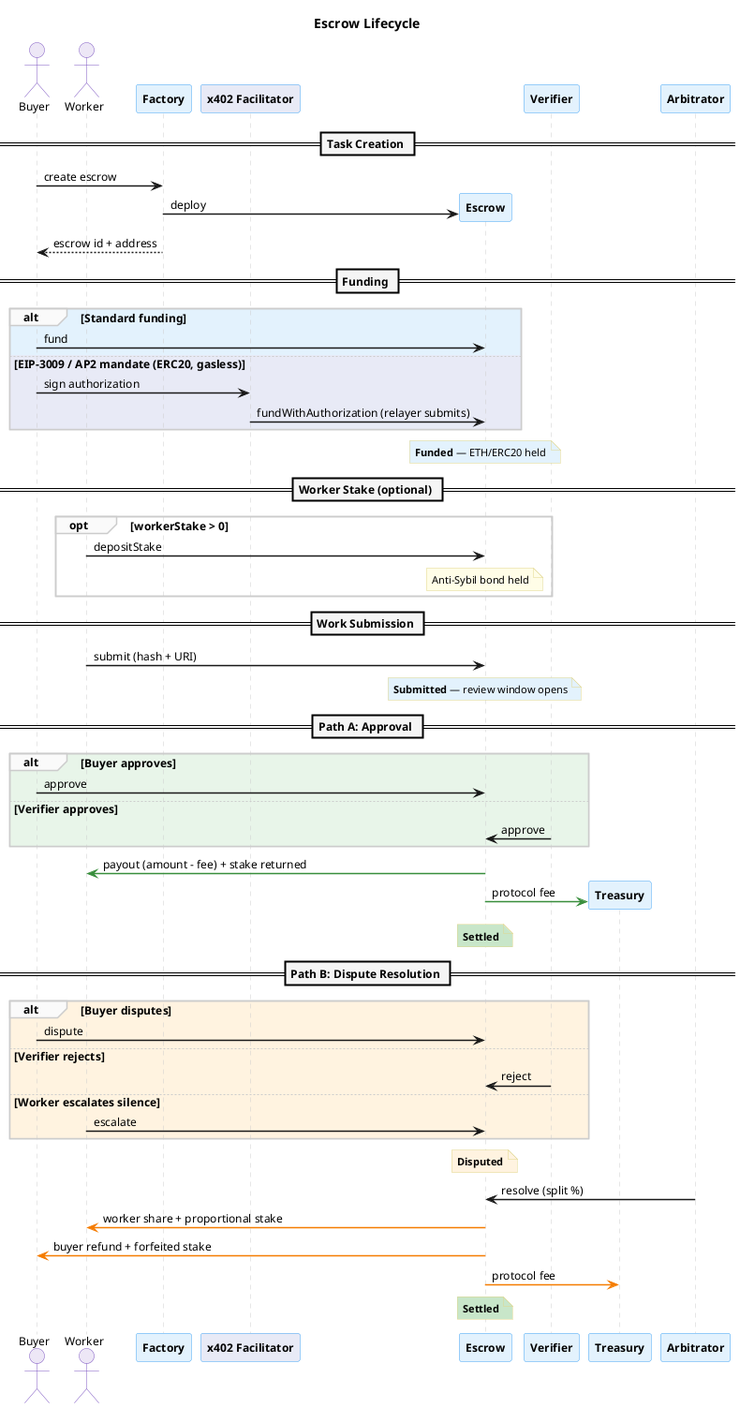
eddiefleurent/agent-escrow keeps this PlantUML diagram as docs/diagrams/lifecycle-sequence.png. Above is the earlier version.
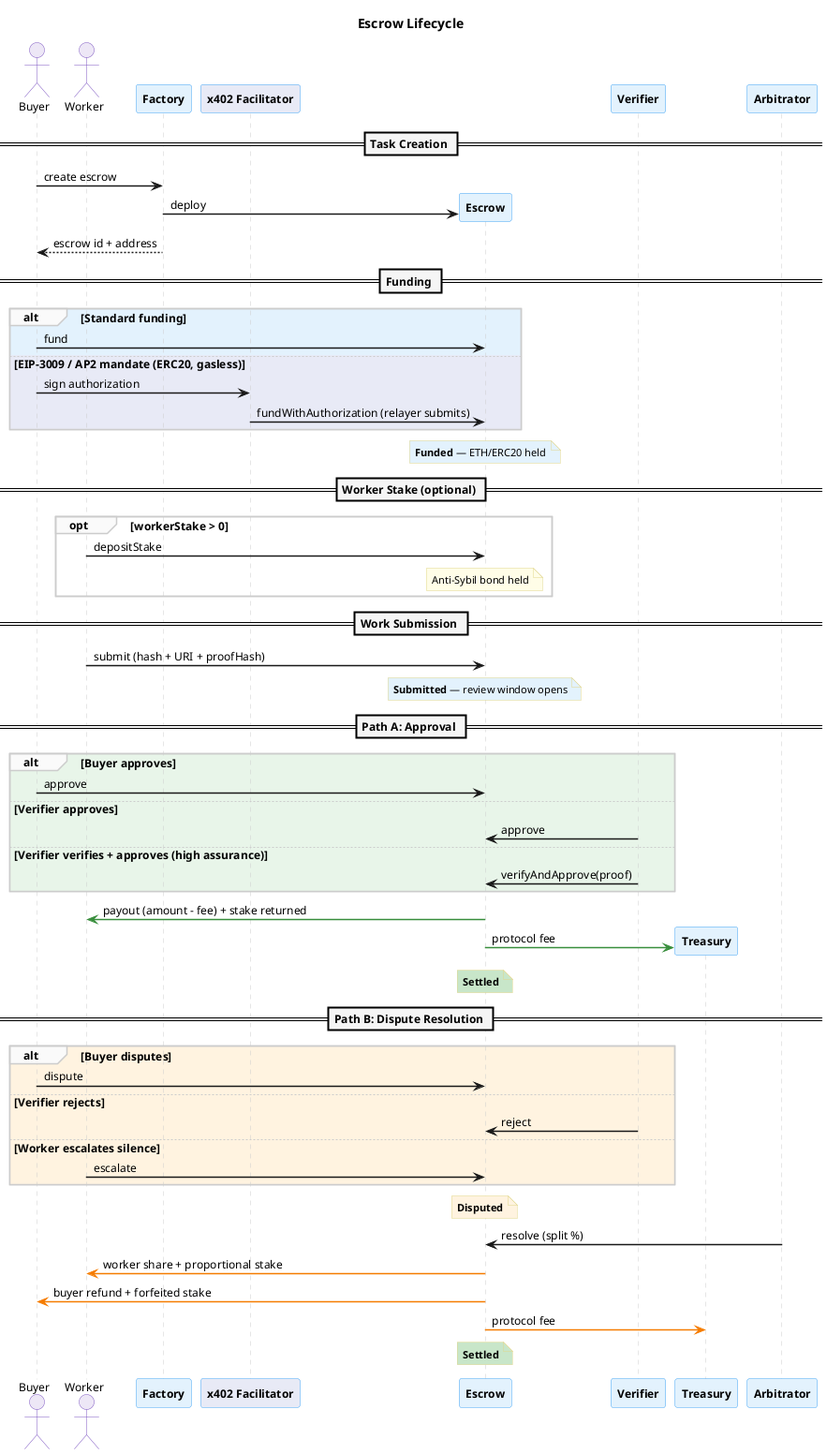
Above is the later version.

Diff of the diagram source:
```diff
@@ -59,7 +59,7 @@
 
 == Work Submission ==
 
-worker -> escrow : submit (hash + URI)
+worker -> escrow : submit (hash + URI + proofHash)
 note over escrow #E3F2FD : **Submitted** — review window opens
 
 == Path A: Approval ==
@@ -68,6 +68,8 @@
   buyer -> escrow : approve
 else #E8F5E9 Verifier approves
   "Verifier" as verifier -> escrow : approve
+else #E8F5E9 Verifier verifies + approves (high assurance)
+  "Verifier" as verifier -> escrow : verifyAndApprove(proof)
 end
 
 escrow -[#388E3C]> worker : payout (amount - fee) + stake returned
```
